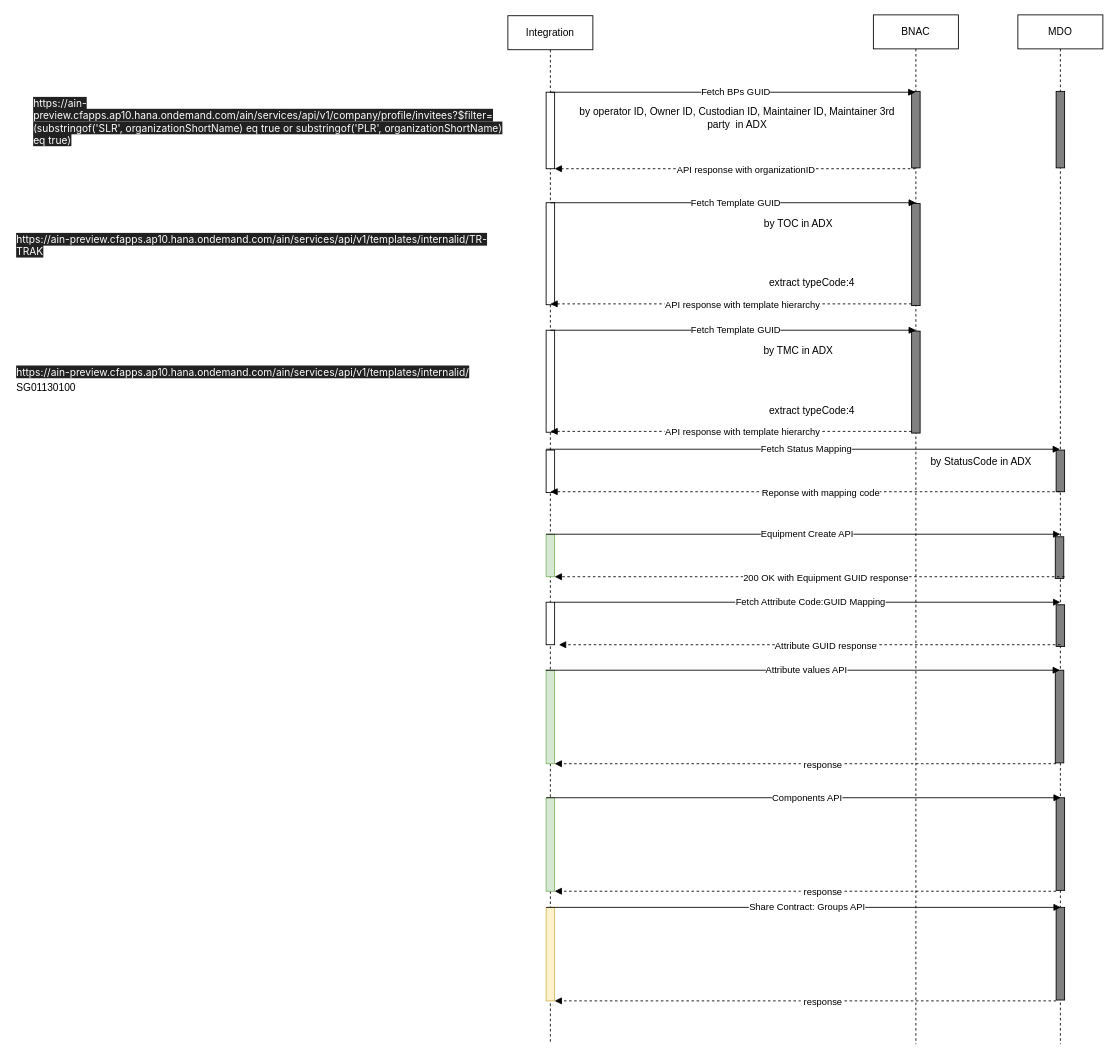
Earlier version of the draw.io diagram page "Equipment Creation" (1 of 2) of API sequence.drawio (MohdSaifz/geojsons). Source tidied: cells renumbered, new cells numbered last; positions are measured from the earlier drawing's top-left corner, leaving out a move shared by most shapes. Both pictures are drawn from the tidied source at 85%, with x=0, y=0 at pixel (14, 14).
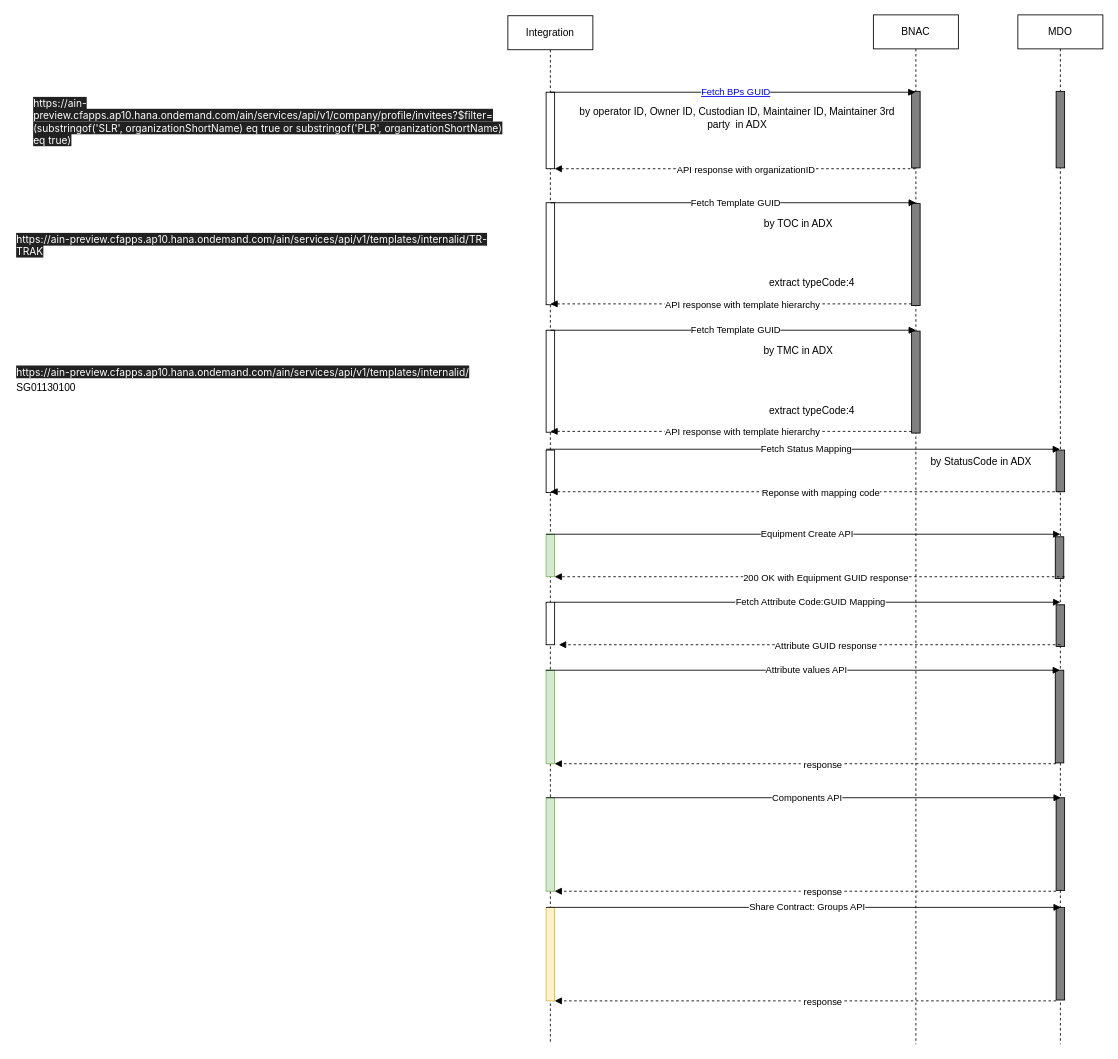
The same diagram, later.

The change refers to these unchanged cells:
```xml
<mxCell id="13" style="html=1;verticalAlign=bottom;labelBackgroundColor=none;endArrow=block;endFill=1;rounded=0;" parent="1" edge="1" target="2">
  <mxGeometry relative="1" as="geometry">
    <mxPoint x="630" y="91" as="sourcePoint" />
  </mxGeometry>
</mxCell>
```

Change to the diagram source:
```diff
@@
-    <mxCell id="14" value="Fetch BPs GUID" style="edgeLabel;html=1;align=center;verticalAlign=middle;" parent="13" vertex="1">
+    <mxCell id="14" value="&lt;a href=&quot;https://api.sap.com/api/CompanyProfileAPI/path/get_company_profile_invitees&quot;&gt;Fetch BPs GUID&lt;/a&gt;" style="edgeLabel;html=1;align=center;verticalAlign=middle;" parent="13" vertex="1">
       <mxGeometry x="0.01" y="1" relative="1" as="geometry" />
     </mxCell>
```
